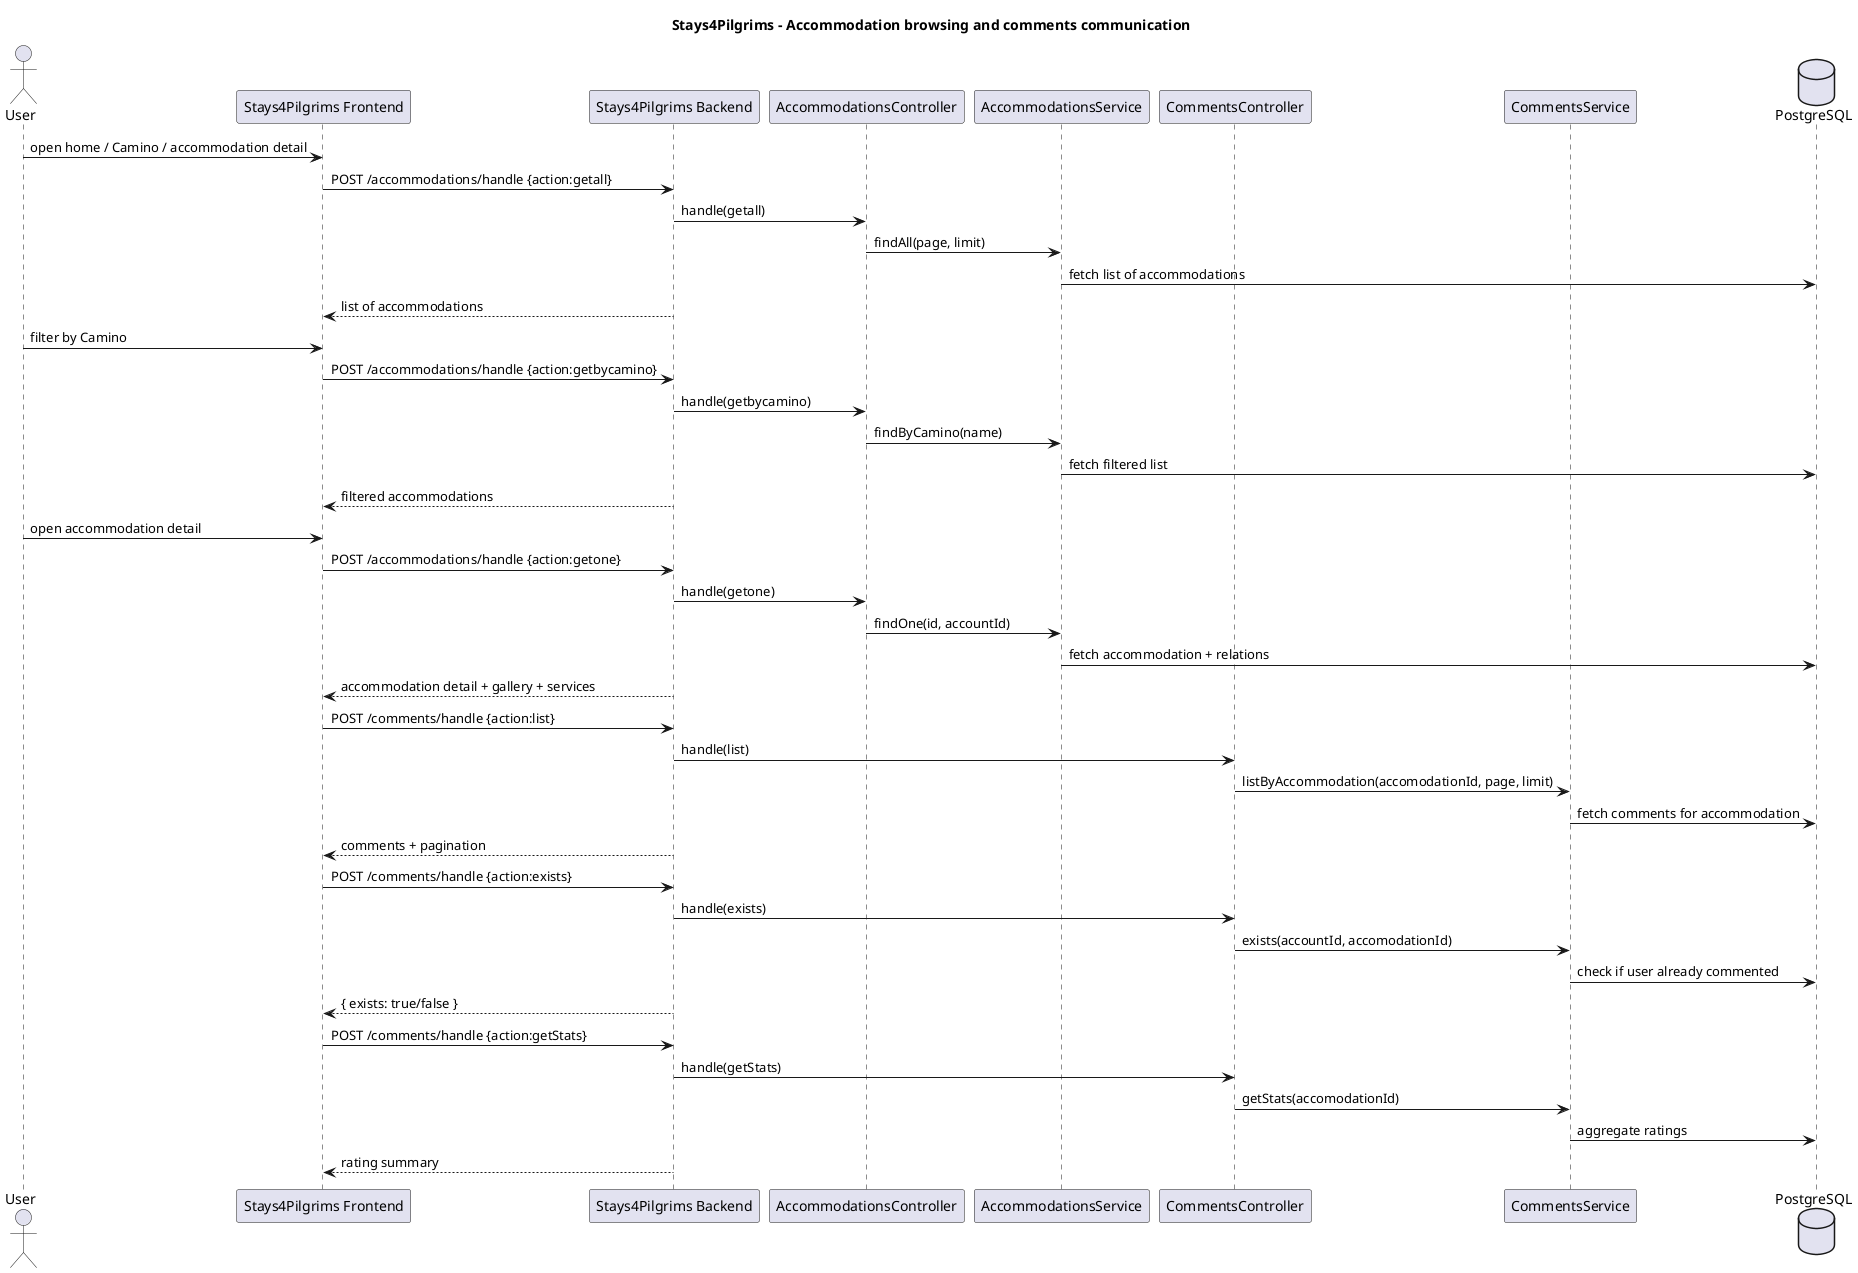
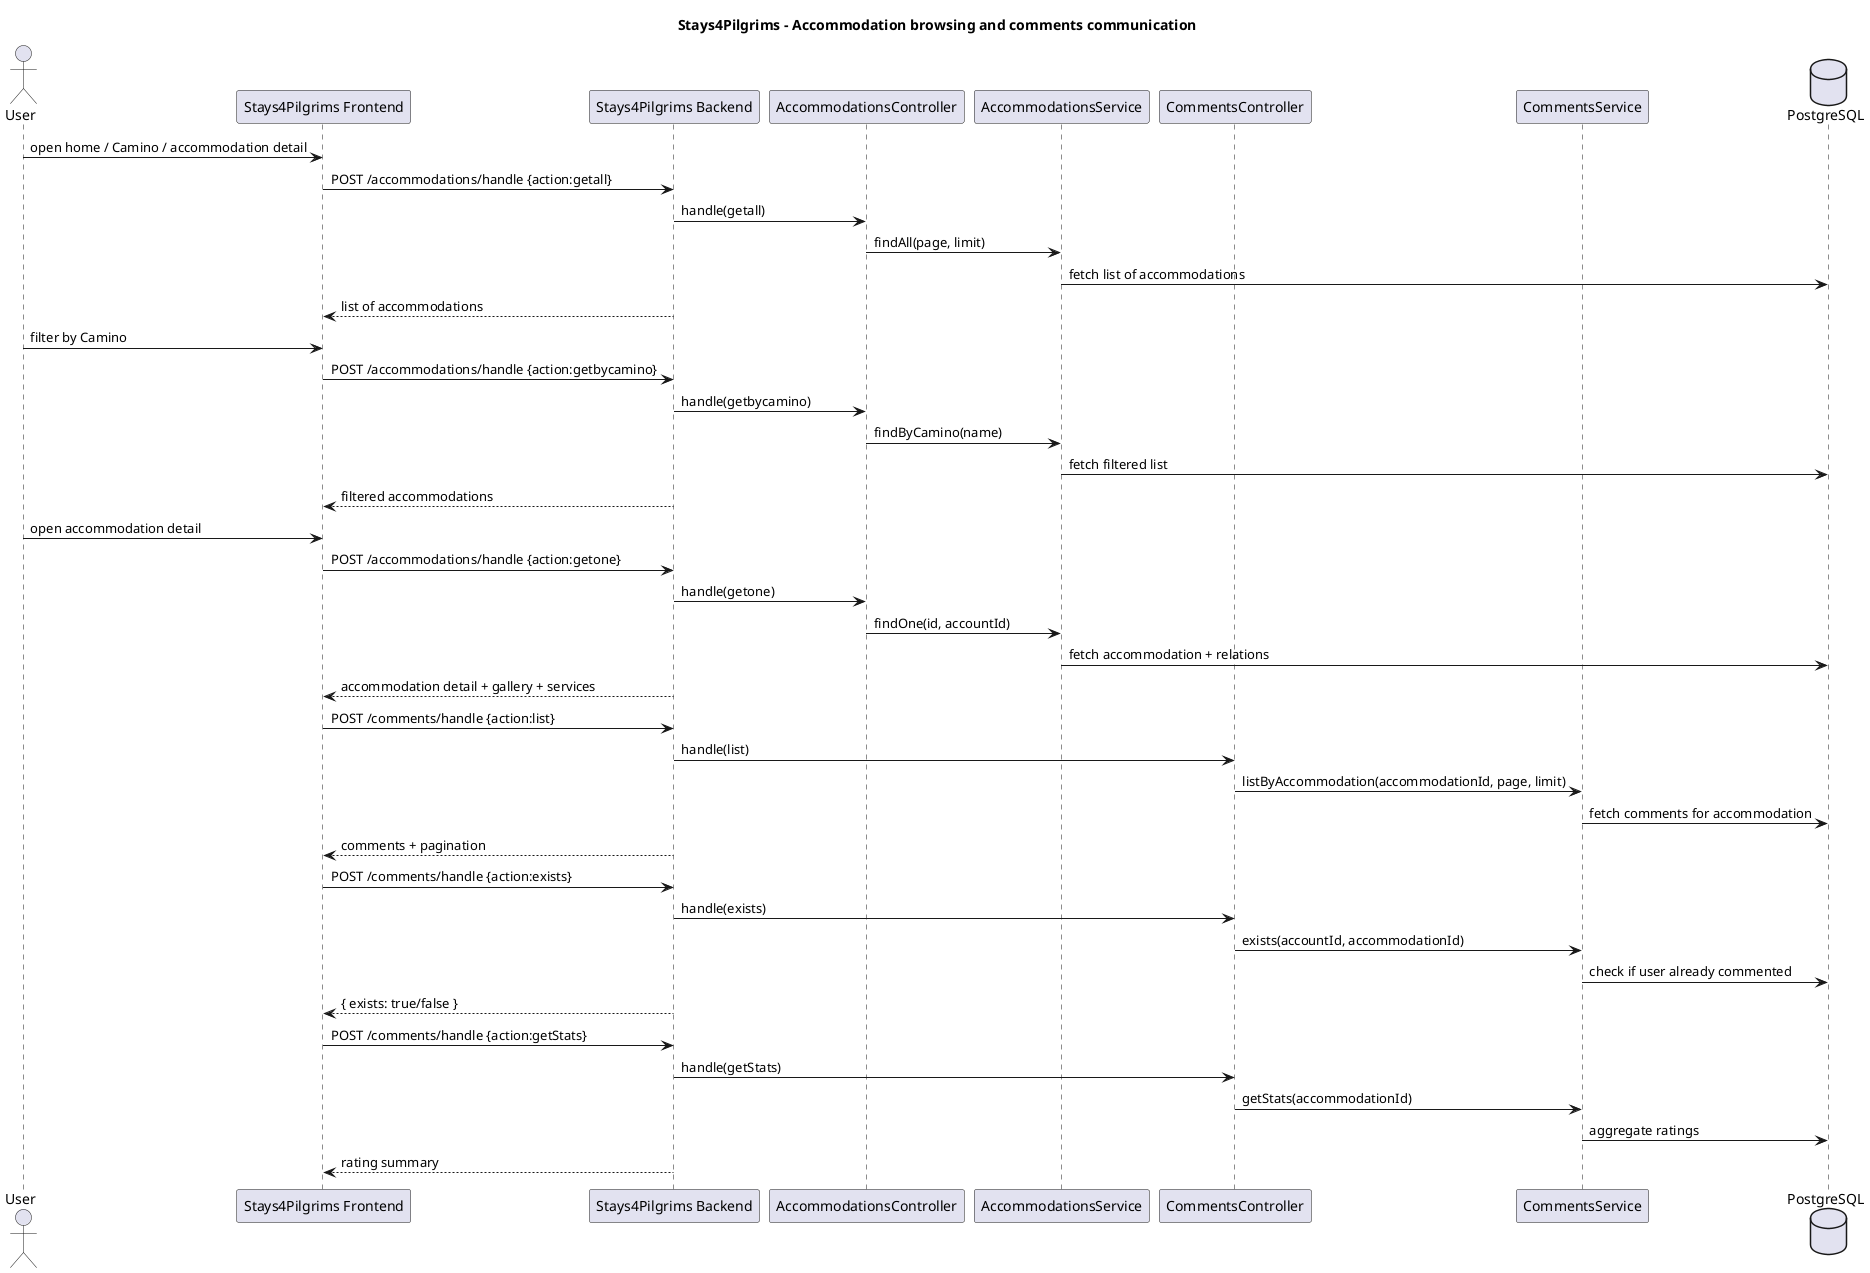
@startuml
title Stays4Pilgrims - Accommodation browsing and comments communication

actor User
participant "Stays4Pilgrims Frontend" as FE
participant "Stays4Pilgrims Backend" as BE
participant "AccommodationsController" as AccommodationsController
participant "AccommodationsService" as AccommodationsService
participant "CommentsController" as CommentsController
participant "CommentsService" as CommentsService
database "PostgreSQL" as DB

User -> FE : open home / Camino / accommodation detail
FE -> BE : POST /accommodations/handle {action:getall}
BE -> AccommodationsController : handle(getall)
AccommodationsController -> AccommodationsService : findAll(page, limit)
AccommodationsService -> DB : fetch list of accommodations
BE --> FE : list of accommodations

User -> FE : filter by Camino
FE -> BE : POST /accommodations/handle {action:getbycamino}
BE -> AccommodationsController : handle(getbycamino)
AccommodationsController -> AccommodationsService : findByCamino(name)
AccommodationsService -> DB : fetch filtered list
BE --> FE : filtered accommodations

User -> FE : open accommodation detail
FE -> BE : POST /accommodations/handle {action:getone}
BE -> AccommodationsController : handle(getone)
AccommodationsController -> AccommodationsService : findOne(id, accountId)
AccommodationsService -> DB : fetch accommodation + relations
BE --> FE : accommodation detail + gallery + services

FE -> BE : POST /comments/handle {action:list}
BE -> CommentsController : handle(list)
- CommentsController -> CommentsService : listByAccommodation(accomodationId, page, limit)
+ CommentsController -> CommentsService : listByAccommodation(accommodationId, page, limit)
CommentsService -> DB : fetch comments for accommodation
BE --> FE : comments + pagination

FE -> BE : POST /comments/handle {action:exists}
BE -> CommentsController : handle(exists)
- CommentsController -> CommentsService : exists(accountId, accomodationId)
+ CommentsController -> CommentsService : exists(accountId, accommodationId)
CommentsService -> DB : check if user already commented
BE --> FE : { exists: true/false }

FE -> BE : POST /comments/handle {action:getStats}
BE -> CommentsController : handle(getStats)
- CommentsController -> CommentsService : getStats(accomodationId)
+ CommentsController -> CommentsService : getStats(accommodationId)
CommentsService -> DB : aggregate ratings
BE --> FE : rating summary

@enduml